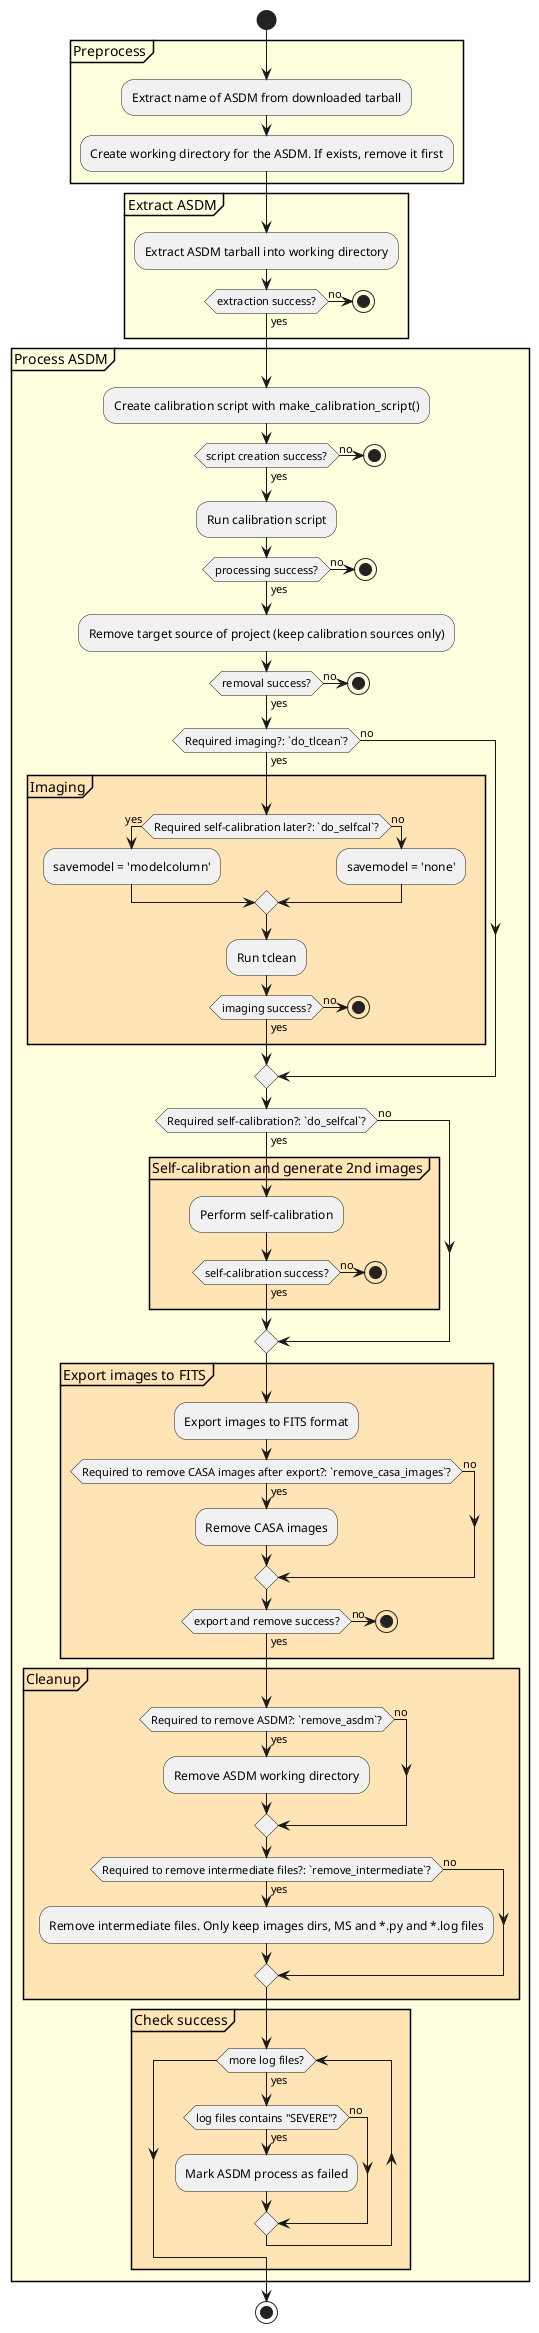
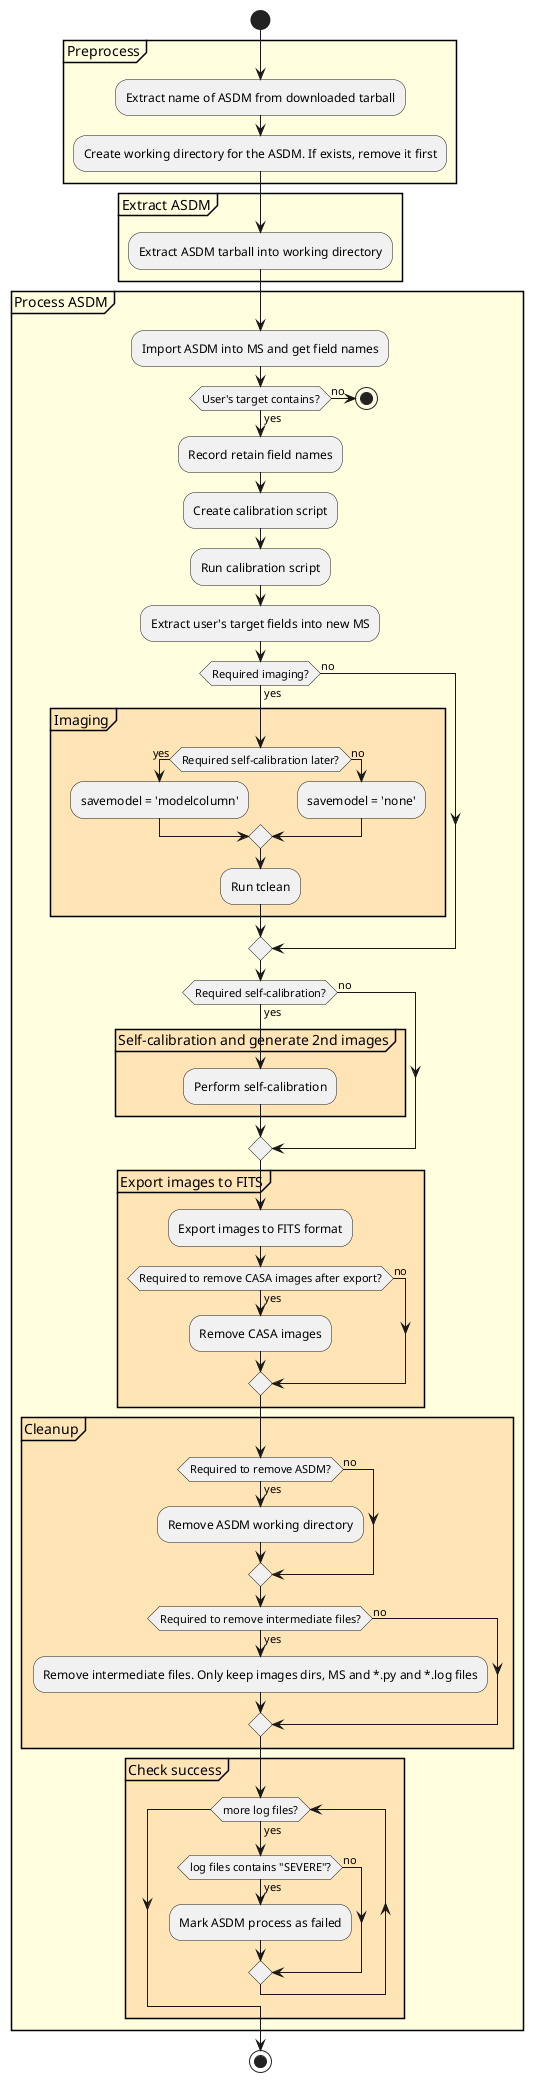
@startuml L4-almaqso.Almaqso._process-activity
start
partition "Preprocess" #LightYellow {
    :Extract name of ASDM from downloaded tarball;
    :Create working directory for the ASDM. If exists, remove it first;
}
partition "Extract ASDM" #LightYellow {
    :Extract ASDM tarball into working directory;
-     if (extraction success?) then (yes)
+ }
+ partition "Process ASDM" #LightYellow {
+     :Import ASDM into MS and get field names;
+     if (User's target contains?) then (yes)
+         :Record retain field names;
    else (no)
        stop
    endif
- }
- partition "Process ASDM" #LightYellow {
-     :Create calibration script with make_calibration_script();
-     if (script creation success?) then (yes)
-     else (no)
-         stop
-     endif
+     :Create calibration script;
+     :Run calibration script;

-     :Run calibration script;
-     if (processing success?) then (yes)
-     else (no)
-         stop
-     endif
+     :Extract user's target fields into new MS;

-     :Remove target source of project (keep calibration sources only);
-     if (removal success?) then (yes)
-     else (no)
-         stop
-     endif
- 
-     if (Required imaging?: `do_tlcean`?) then (yes)
+     if (Required imaging?) then (yes)
        partition "Imaging" #Moccasin {
-             if (Required self-calibration later?: `do_selfcal`?) then (yes)
+             if (Required self-calibration later?) then (yes)
                :savemodel = 'modelcolumn';
            else (no)
                :savemodel = 'none';
            endif
            :Run tclean;
-             if (imaging success?) then (yes)
-             else (no)
-                 stop
-             endif
        }
    else (no)
    endif

-     if (Required self-calibration?: `do_selfcal`?) then (yes)
+     if (Required self-calibration?) then (yes)
        partition "Self-calibration and generate 2nd images" #Moccasin {
            :Perform self-calibration;
-             if (self-calibration success?) then (yes)
-             else (no)
-                 stop
-             endif
        }
    else (no)
    endif

    partition "Export images to FITS" #Moccasin {
        :Export images to FITS format;
-         if (Required to remove CASA images after export?: `remove_casa_images`?) then (yes)
+         if (Required to remove CASA images after export?) then (yes)
            :Remove CASA images;
        else (no)
-         endif
-         if (export and remove success?) then (yes)
-         else (no)
-             stop
        endif
    }

    partition "Cleanup" #Moccasin {
-         if (Required to remove ASDM?: `remove_asdm`?) then (yes)
+         if (Required to remove ASDM?) then (yes)
            :Remove ASDM working directory;
        else (no)
        endif

-         if (Required to remove intermediate files?: `remove_intermediate`?) then (yes)
+         if (Required to remove intermediate files?) then (yes)
            :Remove intermediate files. Only keep images dirs, MS and *.py and *.log files;
        else (no)
        endif
    }

    partition "Check success" #Moccasin {
        while (more log files?) is (yes)
            if (log files contains "SEVERE"?) then (yes)
                :Mark ASDM process as failed;
            else (no)
            endif
        endwhile
    }
}
stop
@enduml
